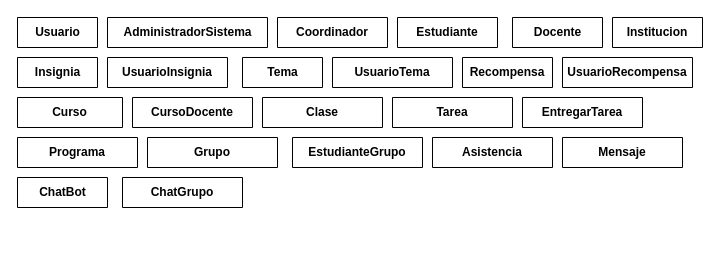
The draw.io diagram DiagramaRelacional.drawio in HarrisonGuerrero18/diagramas_Acadify, before the edit. Source tidied: cells renumbered, new cells numbered last; positions are measured from the earlier drawing's top-left corner, leaving out a move shared by most shapes. Both pictures are drawn from the tidied source at 100%, with x=0, y=0 at pixel (17, 17).
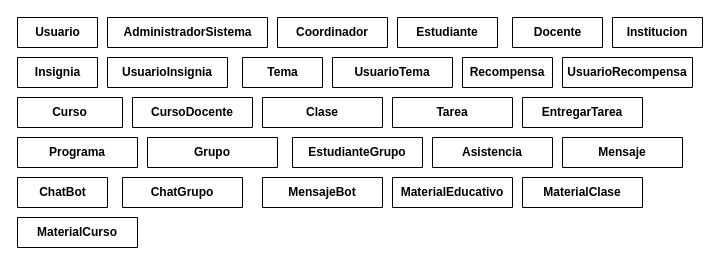
The same diagram, later.

Diff of the diagram source:
```diff
@@
+    <mxCell id="26" value="MensajeBot" style="shape=table;startSize=30;childLayout=tableLayout;rowLines=0;fontStyle=1;align=center;html=1;whiteSpace=wrap;" parent="1" vertex="1" collapsed="1">
+      <mxGeometry x="245" y="160" width="120" height="30" as="geometry" />
+    </mxCell>
+    <mxCell id="27" value="MaterialEducativo" style="shape=table;startSize=30;childLayout=tableLayout;rowLines=0;fontStyle=1;align=center;html=1;whiteSpace=wrap;" parent="1" vertex="1" collapsed="1">
+      <mxGeometry x="375" y="160" width="120" height="30" as="geometry" />
+    </mxCell>
+    <mxCell id="28" value="MaterialClase" style="shape=table;startSize=30;childLayout=tableLayout;rowLines=0;fontStyle=1;align=center;html=1;whiteSpace=wrap;" parent="1" vertex="1" collapsed="1">
+      <mxGeometry x="505" y="160" width="120" height="30" as="geometry" />
+    </mxCell>
+    <mxCell id="29" value="MaterialCurso" style="shape=table;startSize=30;childLayout=tableLayout;rowLines=0;fontStyle=1;align=center;html=1;whiteSpace=wrap;" parent="1" vertex="1" collapsed="1">
+      <mxGeometry y="200" width="120" height="30" as="geometry" />
+    </mxCell>
```
